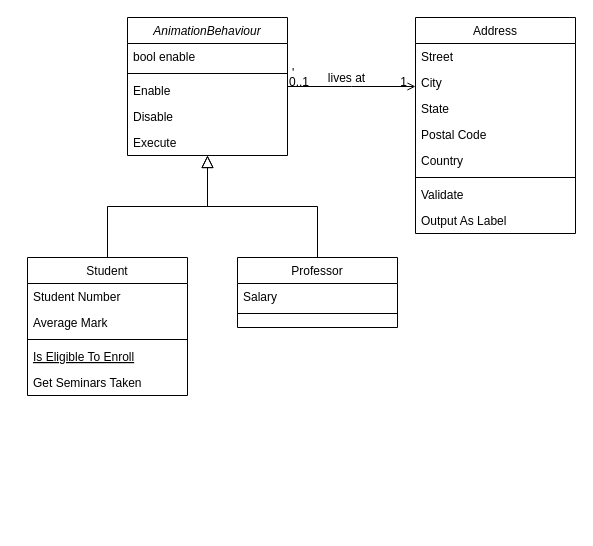
Before: animation.drawio in QAQSly/QAQSly, a draw.io diagram. Source tidied: cells renumbered, new cells numbered last; positions are measured from the earlier drawing's top-left corner, leaving out a move shared by most shapes. Both pictures are drawn from the tidied source at 100%, with x=0, y=0 at pixel (27, 17).
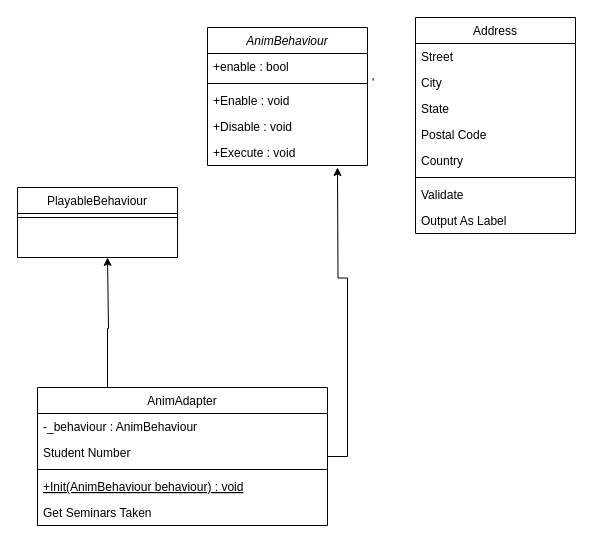
Above is the later version.

The change refers to these unchanged cells:
```xml
<mxCell id="19" value="Address" style="swimlane;fontStyle=0;align=center;verticalAlign=top;horizontal=1;startSize=26;rounded=0;shadow=0;strokeWidth=1;" parent="1" vertex="1">
  <mxGeometry x="388" width="160" height="216" as="geometry" />
</mxCell>
```

The edit, as a diff of the source:
```diff
@@
-    <mxCell id="2" value="AnimationBehaviour" style="swimlane;fontStyle=2;align=center;verticalAlign=top;horizontal=1;startSize=26;rounded=0;shadow=0;strokeWidth=1;" parent="1" vertex="1">
-      <mxGeometry x="100" width="160" height="138" as="geometry" />
+    <mxCell id="2" value="AnimBehaviour" style="swimlane;fontStyle=2;align=center;verticalAlign=top;horizontal=1;startSize=26;rounded=0;shadow=0;strokeWidth=1;" parent="1" vertex="1">
+      <mxGeometry x="180" y="10" width="160" height="138" as="geometry" />
     </mxCell>
-    <mxCell id="3" value="bool enable" style="text;align=left;verticalAlign=top;spacingLeft=4;spacingRight=4;overflow=hidden;rounded=0;shadow=0;html=0;" parent="2" vertex="1">
+    <mxCell id="3" value="+enable : bool" style="text;align=left;verticalAlign=top;spacingLeft=4;spacingRight=4;overflow=hidden;rounded=0;shadow=0;html=0;" parent="2" vertex="1">
       <mxGeometry y="26" width="160" height="26" as="geometry" />
     </mxCell>
@@
-    <mxCell id="5" value="Enable&#10;" style="text;align=left;verticalAlign=top;spacingLeft=4;spacingRight=4;overflow=hidden;" parent="2" vertex="1">
+    <mxCell id="5" value="+Enable : void&#10;" style="text;align=left;verticalAlign=top;spacingLeft=4;spacingRight=4;overflow=hidden;" parent="2" vertex="1">
       <mxGeometry y="60" width="160" height="26" as="geometry" />
     </mxCell>
-    <mxCell id="6" value="Disable" style="text;align=left;verticalAlign=top;spacingLeft=4;spacingRight=4;overflow=hidden;" parent="2" vertex="1">
+    <mxCell id="6" value="+Disable : void" style="text;align=left;verticalAlign=top;spacingLeft=4;spacingRight=4;overflow=hidden;" parent="2" vertex="1">
       <mxGeometry y="86" width="160" height="26" as="geometry" />
     </mxCell>
-    <mxCell id="7" value="Execute" style="text;align=left;verticalAlign=top;spacingLeft=4;spacingRight=4;overflow=hidden;" parent="2" vertex="1">
+    <mxCell id="7" value="+Execute : void" style="text;align=left;verticalAlign=top;spacingLeft=4;spacingRight=4;overflow=hidden;" parent="2" vertex="1">
       <mxGeometry y="112" width="160" height="26" as="geometry" />
     </mxCell>
+    <mxCell id="32" style="edgeStyle=orthogonalEdgeStyle;rounded=0;jettySize=auto;html=1;" parent="1" edge="1" source="8">
+      <mxGeometry relative="1" as="geometry">
+        <mxPoint x="80" y="240" as="targetPoint" />
+        <Array as="points">
+          <mxPoint x="80" y="311" />
+          <mxPoint x="81" y="311" />
+        </Array>
+      </mxGeometry>
+    </mxCell>
+    <mxCell id="33" style="edgeStyle=orthogonalEdgeStyle;rounded=0;jettySize=auto;html=1;" parent="1" edge="1" source="8">
+      <mxGeometry relative="1" as="geometry">
+        <mxPoint x="310" y="150" as="targetPoint" />
+      </mxGeometry>
+    </mxCell>
-    <mxCell id="8" value="Student" style="swimlane;fontStyle=0;align=center;verticalAlign=top;horizontal=1;startSize=26;rounded=0;shadow=0;strokeWidth=1;" parent="1" vertex="1">
-      <mxGeometry y="240" width="160" height="138" as="geometry" />
+    <mxCell id="8" value="AnimAdapter" style="swimlane;fontStyle=0;align=center;verticalAlign=top;horizontal=1;startSize=26;rounded=0;shadow=0;strokeWidth=1;" parent="1" vertex="1">
+      <mxGeometry x="10" y="370" width="290" height="138" as="geometry" />
     </mxCell>
+    <mxCell id="10" value="-_behaviour : AnimBehaviour" style="text;align=left;verticalAlign=top;spacingLeft=4;spacingRight=4;overflow=hidden;rounded=0;shadow=0;html=0;" parent="8" vertex="1">
+      <mxGeometry y="26" width="290" height="26" as="geometry" />
+    </mxCell>
     <mxCell id="9" value="Student Number" style="text;align=left;verticalAlign=top;spacingLeft=4;spacingRight=4;overflow=hidden;" parent="8" vertex="1">
-      <mxGeometry y="26" width="160" height="26" as="geometry" />
+      <mxGeometry y="52" width="290" height="26" as="geometry" />
     </mxCell>
-    <mxCell id="10" value="Average Mark" style="text;align=left;verticalAlign=top;spacingLeft=4;spacingRight=4;overflow=hidden;rounded=0;shadow=0;html=0;" parent="8" vertex="1">
-      <mxGeometry y="52" width="160" height="26" as="geometry" />
-    </mxCell>
     <mxCell id="11" style="line;html=1;strokeWidth=1;align=left;verticalAlign=middle;spacingTop=-1;spacingLeft=3;spacingRight=3;labelPosition=right;" parent="8" vertex="1">
-      <mxGeometry y="78" width="160" height="8" as="geometry" />
+      <mxGeometry y="78" width="290" height="8" as="geometry" />
     </mxCell>
-    <mxCell id="12" value="Is Eligible To Enroll" style="text;align=left;verticalAlign=top;spacingLeft=4;spacingRight=4;overflow=hidden;fontStyle=4;" parent="8" vertex="1">
-      <mxGeometry y="86" width="160" height="26" as="geometry" />
+    <mxCell id="12" value="+Init(AnimBehaviour behaviour) : void" style="text;align=left;verticalAlign=top;spacingLeft=4;spacingRight=4;overflow=hidden;fontStyle=4;" parent="8" vertex="1">
+      <mxGeometry y="86" width="290" height="26" as="geometry" />
     </mxCell>
     <mxCell id="13" value="Get Seminars Taken" style="text;align=left;verticalAlign=top;spacingLeft=4;spacingRight=4;overflow=hidden;" parent="8" vertex="1">
-      <mxGeometry y="112" width="160" height="26" as="geometry" />
+      <mxGeometry y="112" width="290" height="26" as="geometry" />
     </mxCell>
-    <mxCell id="14" style="endArrow=block;endSize=10;endFill=0;shadow=0;strokeWidth=1;rounded=0;curved=0;edgeStyle=elbowEdgeStyle;elbow=vertical;" parent="1" edge="1" source="8" target="2">
-      <mxGeometry relative="1" as="geometry" />
-    </mxCell>
-    <mxCell id="15" value="Professor" style="swimlane;fontStyle=0;align=center;verticalAlign=top;horizontal=1;startSize=26;rounded=0;shadow=0;strokeWidth=1;" parent="1" vertex="1">
-      <mxGeometry x="210" y="240" width="160" height="70" as="geometry" />
+    <mxCell id="15" value="PlayableBehaviour" style="swimlane;fontStyle=0;align=center;verticalAlign=top;horizontal=1;startSize=26;rounded=0;shadow=0;strokeWidth=1;" parent="1" vertex="1">
+      <mxGeometry x="-10" y="170" width="160" height="70" as="geometry" />
     </mxCell>
-    <mxCell id="16" value="Salary" style="text;align=left;verticalAlign=top;spacingLeft=4;spacingRight=4;overflow=hidden;" parent="15" vertex="1">
-      <mxGeometry y="26" width="160" height="26" as="geometry" />
-    </mxCell>
     <mxCell id="17" style="line;html=1;strokeWidth=1;align=left;verticalAlign=middle;spacingTop=-1;spacingLeft=3;spacingRight=3;labelPosition=right;" parent="15" vertex="1">
-      <mxGeometry y="52" width="160" height="8" as="geometry" />
+      <mxGeometry y="26" width="160" height="8" as="geometry" />
     </mxCell>
-    <mxCell id="18" style="endArrow=block;endSize=10;endFill=0;shadow=0;strokeWidth=1;rounded=0;curved=0;edgeStyle=elbowEdgeStyle;elbow=vertical;" parent="1" edge="1" source="15" target="2">
-      <mxGeometry relative="1" as="geometry" />
-    </mxCell>
@@
-    <mxCell id="28" style="endArrow=open;shadow=0;strokeWidth=1;rounded=0;curved=0;endFill=1;edgeStyle=elbowEdgeStyle;elbow=vertical;" parent="1" edge="1" source="2" target="19">
-      <mxGeometry x="0.5" y="41" relative="1" as="geometry">
-        <mxPoint x="-40" y="32" as="offset" />
-      </mxGeometry>
-    </mxCell>
-    <mxCell id="29" value="0..1" style="align=left;verticalAlign=bottom;labelBackgroundColor=none;fontSize=12;" parent="28" vertex="1">
-      <mxGeometry x="-1" relative="1" as="geometry">
-        <mxPoint y="4" as="offset" />
-      </mxGeometry>
-    </mxCell>
-    <mxCell id="30" value="1" style="align=right;verticalAlign=bottom;labelBackgroundColor=none;fontSize=12;" parent="28" vertex="1">
-      <mxGeometry x="1" relative="1" as="geometry">
-        <mxPoint x="-7" y="4" as="offset" />
-      </mxGeometry>
-    </mxCell>
-    <mxCell id="31" value="lives at" style="text;html=1;align=center;verticalAlign=middle;labelBackgroundColor=none;rounded=0;shadow=0;strokeWidth=1;fontSize=12;" parent="28" vertex="1">
-      <mxGeometry x="0.5" y="49" relative="1" as="geometry">
-        <mxPoint x="-38" y="40" as="offset" />
-      </mxGeometry>
-    </mxCell>
```
